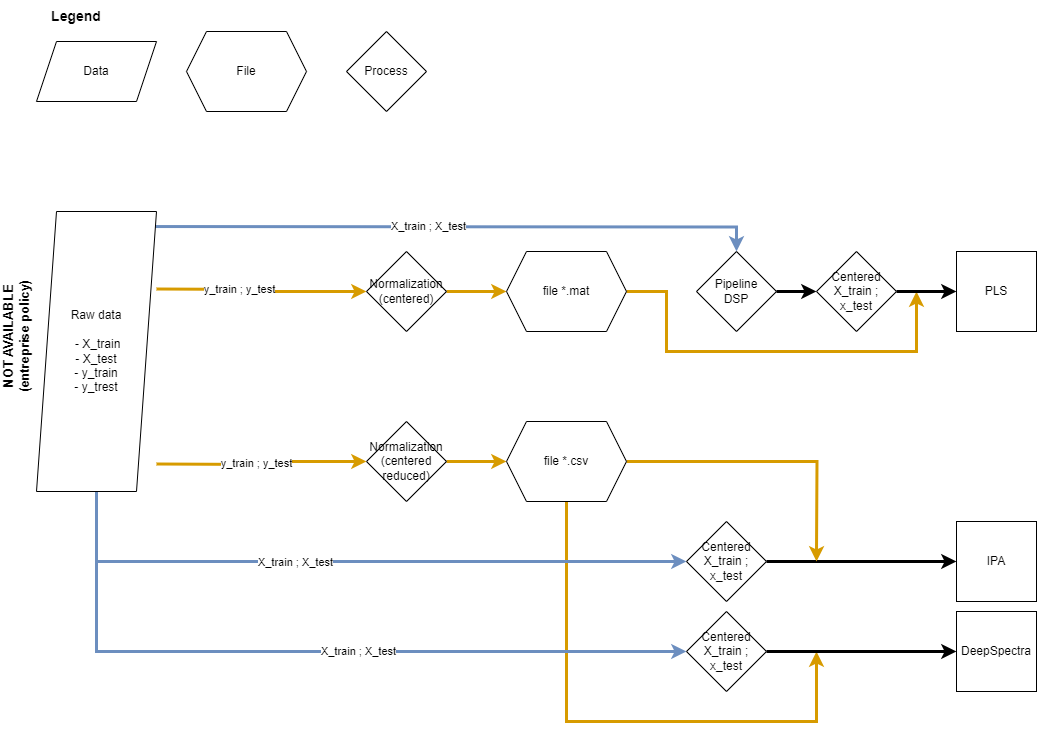
florent-haffner/inception-pretroleum-analysis keeps this draw.io diagram as data_mgt.drawio.png. Above is the earlier version. Source tidied: cells renumbered, new cells last; positions are measured from the earlier drawing's top-left corner, leaving out a move shared by most shapes. The source it was exported from:
```xml
<mxGraphModel>
  <root>
    <mxCell id="0" />
    <mxCell id="1" parent="0" />
    <mxCell id="2" style="edgeStyle=orthogonalEdgeStyle;rounded=0;jettySize=auto;html=1;exitX=1;exitY=0.5;exitDx=0;exitDy=0;strokeColor=#d79b00;strokeWidth=3;fillColor=#ffe6cc;" parent="1" edge="1" source="30" target="13">
      <mxGeometry relative="1" as="geometry" />
    </mxCell>
    <mxCell id="3" value="X_train ; X_test" style="edgeStyle=orthogonalEdgeStyle;rounded=0;jettySize=auto;html=1;exitX=0.5;exitY=0;exitDx=0;exitDy=0;entryX=0.5;entryY=0;entryDx=0;entryDy=0;strokeColor=#6c8ebf;strokeWidth=3;fillColor=#dae8fc;" parent="1" edge="1" target="15">
      <mxGeometry relative="1" as="geometry">
        <mxPoint x="170" y="225" as="sourcePoint" />
      </mxGeometry>
    </mxCell>
    <mxCell id="4" style="edgeStyle=orthogonalEdgeStyle;rounded=0;jettySize=auto;html=1;exitX=1;exitY=0.5;exitDx=0;exitDy=0;entryX=0;entryY=0.5;entryDx=0;entryDy=0;strokeColor=#d79b00;strokeWidth=3;fillColor=#ffe6cc;" parent="1" edge="1" source="32" target="11">
      <mxGeometry relative="1" as="geometry" />
    </mxCell>
    <mxCell id="5" style="edgeStyle=orthogonalEdgeStyle;rounded=0;jettySize=auto;html=1;exitX=1;exitY=0.5;exitDx=0;exitDy=0;entryX=0;entryY=0.5;entryDx=0;entryDy=0;strokeColor=#000000;strokeWidth=3;" parent="1" edge="1" source="21" target="7">
      <mxGeometry relative="1" as="geometry" />
    </mxCell>
    <mxCell id="6" value="PLS" style="whiteSpace=wrap;html=1;" parent="1" vertex="1">
      <mxGeometry x="1030" y="250" width="80" height="80" as="geometry" />
    </mxCell>
    <mxCell id="7" value="IPA" style="whiteSpace=wrap;html=1;" parent="1" vertex="1">
      <mxGeometry x="1030" y="520" width="80" height="80" as="geometry" />
    </mxCell>
    <mxCell id="8" value="DeepSpectra" style="whiteSpace=wrap;html=1;" parent="1" vertex="1">
      <mxGeometry x="1030" y="610" width="80" height="80" as="geometry" />
    </mxCell>
    <mxCell id="9" style="edgeStyle=orthogonalEdgeStyle;rounded=0;jettySize=auto;html=1;exitX=1;exitY=0.5;exitDx=0;exitDy=0;strokeColor=#d79b00;strokeWidth=3;fillColor=#ffe6cc;" parent="1" edge="1" source="11">
      <mxGeometry relative="1" as="geometry">
        <mxPoint x="890" y="560" as="targetPoint" />
      </mxGeometry>
    </mxCell>
    <mxCell id="10" style="edgeStyle=orthogonalEdgeStyle;rounded=0;jettySize=auto;html=1;exitX=0.5;exitY=1;exitDx=0;exitDy=0;curved=0;strokeColor=#d79b00;strokeWidth=3;fillColor=#ffe6cc;" parent="1" edge="1" source="11">
      <mxGeometry relative="1" as="geometry">
        <mxPoint x="890" y="650" as="targetPoint" />
        <Array as="points">
          <mxPoint x="660" y="720" />
          <mxPoint x="891" y="720" />
        </Array>
      </mxGeometry>
    </mxCell>
    <mxCell id="11" value="&lt;div&gt;file *.csv&lt;br&gt;&lt;/div&gt;" style="shape=hexagon;perimeter=hexagonPerimeter2;whiteSpace=wrap;html=1;fixedSize=1;" parent="1" vertex="1">
      <mxGeometry x="580" y="420" width="120" height="80" as="geometry" />
    </mxCell>
    <mxCell id="12" style="edgeStyle=orthogonalEdgeStyle;rounded=0;jettySize=auto;html=1;exitX=1;exitY=0.5;exitDx=0;exitDy=0;strokeColor=#d79b00;strokeWidth=3;fillColor=#ffe6cc;" parent="1" edge="1" source="13">
      <mxGeometry relative="1" as="geometry">
        <mxPoint x="990" y="290" as="targetPoint" />
        <Array as="points">
          <mxPoint x="740" y="290" />
          <mxPoint x="740" y="350" />
          <mxPoint x="990" y="350" />
        </Array>
      </mxGeometry>
    </mxCell>
    <mxCell id="13" value="&lt;div&gt;&lt;span style=&quot;background-color: initial;&quot;&gt;file *.mat&lt;/span&gt;&lt;br&gt;&lt;/div&gt;" style="shape=hexagon;perimeter=hexagonPerimeter2;whiteSpace=wrap;html=1;fixedSize=1;" parent="1" vertex="1">
      <mxGeometry x="580" y="250" width="120" height="80" as="geometry" />
    </mxCell>
    <mxCell id="14" style="edgeStyle=orthogonalEdgeStyle;rounded=0;jettySize=auto;html=1;exitX=1;exitY=0.5;exitDx=0;exitDy=0;entryX=0;entryY=0.5;entryDx=0;entryDy=0;strokeWidth=3;" parent="1" edge="1" source="18" target="6">
      <mxGeometry relative="1" as="geometry" />
    </mxCell>
    <mxCell id="15" value="Pipeline&lt;br&gt;DSP" style="rhombus;whiteSpace=wrap;html=1;" parent="1" vertex="1">
      <mxGeometry x="770" y="250" width="80" height="80" as="geometry" />
    </mxCell>
    <mxCell id="16" style="edgeStyle=orthogonalEdgeStyle;rounded=0;jettySize=auto;html=1;exitX=1;exitY=0.5;exitDx=0;exitDy=0;entryX=0;entryY=0.5;entryDx=0;entryDy=0;strokeColor=#000000;strokeWidth=3;" parent="1" edge="1" source="24" target="8">
      <mxGeometry relative="1" as="geometry" />
    </mxCell>
    <mxCell id="17" style="edgeStyle=orthogonalEdgeStyle;rounded=0;jettySize=auto;html=1;exitX=1;exitY=0.5;exitDx=0;exitDy=0;entryX=0;entryY=0.5;entryDx=0;entryDy=0;strokeWidth=3;" parent="1" edge="1" source="15" target="18">
      <mxGeometry relative="1" as="geometry" />
    </mxCell>
    <mxCell id="18" value="Centered X_train ; x_test" style="rhombus;whiteSpace=wrap;html=1;" parent="1" vertex="1">
      <mxGeometry x="890" y="250" width="80" height="80" as="geometry" />
    </mxCell>
    <mxCell id="19" style="edgeStyle=orthogonalEdgeStyle;rounded=0;jettySize=auto;html=1;exitX=0.5;exitY=1;exitDx=0;exitDy=0;entryX=0;entryY=0.5;entryDx=0;entryDy=0;strokeColor=#6c8ebf;strokeWidth=3;fillColor=#dae8fc;" parent="1" edge="1" source="25" target="21">
      <mxGeometry relative="1" as="geometry" />
    </mxCell>
    <mxCell id="20" value="X_train ; X_test" style="edgeLabel;html=1;align=center;verticalAlign=middle;" parent="19" vertex="1">
      <mxGeometry x="-0.19" y="-1" relative="1" as="geometry" />
    </mxCell>
    <mxCell id="21" value="Centered X_train ; x_test" style="rhombus;whiteSpace=wrap;html=1;" parent="1" vertex="1">
      <mxGeometry x="760" y="520" width="80" height="80" as="geometry" />
    </mxCell>
    <mxCell id="22" style="edgeStyle=orthogonalEdgeStyle;rounded=0;jettySize=auto;html=1;exitX=0.5;exitY=1;exitDx=0;exitDy=0;entryX=0;entryY=0.5;entryDx=0;entryDy=0;strokeColor=#6c8ebf;strokeWidth=3;fillColor=#dae8fc;" parent="1" edge="1" source="25" target="24">
      <mxGeometry relative="1" as="geometry" />
    </mxCell>
    <mxCell id="23" value="X_train ; X_test" style="edgeLabel;html=1;align=center;verticalAlign=middle;" parent="22" vertex="1">
      <mxGeometry x="0.13" relative="1" as="geometry" />
    </mxCell>
    <mxCell id="24" value="Centered X_train ; x_test" style="rhombus;whiteSpace=wrap;html=1;" parent="1" vertex="1">
      <mxGeometry x="760" y="610" width="80" height="80" as="geometry" />
    </mxCell>
    <mxCell id="25" value="Raw data&lt;br&gt;&lt;br&gt;&lt;div&gt;&amp;nbsp;- X_train&lt;br&gt;- X_test&lt;br&gt;- y_train&lt;br&gt;- y_trest&lt;/div&gt;" style="shape=parallelogram;perimeter=parallelogramPerimeter;whiteSpace=wrap;html=1;fixedSize=1;" parent="1" vertex="1">
      <mxGeometry x="110" y="210" width="120" height="280" as="geometry" />
    </mxCell>
    <mxCell id="26" value="File" style="shape=hexagon;perimeter=hexagonPerimeter2;whiteSpace=wrap;html=1;fixedSize=1;" parent="1" vertex="1">
      <mxGeometry x="260" y="30" width="120" height="80" as="geometry" />
    </mxCell>
    <mxCell id="27" value="Data" style="shape=parallelogram;perimeter=parallelogramPerimeter;whiteSpace=wrap;html=1;fixedSize=1;" parent="1" vertex="1">
      <mxGeometry x="110" y="40" width="120" height="60" as="geometry" />
    </mxCell>
    <mxCell id="28" style="edgeStyle=orthogonalEdgeStyle;rounded=0;jettySize=auto;html=1;exitX=1;exitY=0.25;exitDx=0;exitDy=0;strokeColor=#d79b00;strokeWidth=3;fillColor=#ffe6cc;" parent="1" edge="1" target="30">
      <mxGeometry relative="1" as="geometry">
        <mxPoint x="230" y="287.5" as="sourcePoint" />
      </mxGeometry>
    </mxCell>
    <mxCell id="29" value="y_train ; y_test" style="edgeLabel;html=1;align=center;verticalAlign=middle;" parent="28" vertex="1">
      <mxGeometry x="-0.22" relative="1" as="geometry" />
    </mxCell>
    <mxCell id="30" value="Normalization&lt;br&gt;(centered)" style="rhombus;whiteSpace=wrap;html=1;" parent="1" vertex="1">
      <mxGeometry x="440" y="250" width="80" height="80" as="geometry" />
    </mxCell>
    <mxCell id="31" value="Process" style="rhombus;whiteSpace=wrap;html=1;" parent="1" vertex="1">
      <mxGeometry x="420" y="30" width="80" height="80" as="geometry" />
    </mxCell>
    <mxCell id="32" value="Normalization&lt;br&gt;(centered reduced)" style="rhombus;whiteSpace=wrap;html=1;" parent="1" vertex="1">
      <mxGeometry x="440" y="420" width="80" height="80" as="geometry" />
    </mxCell>
    <mxCell id="33" style="edgeStyle=orthogonalEdgeStyle;rounded=0;jettySize=auto;html=1;exitX=1;exitY=0.75;exitDx=0;exitDy=0;entryX=0;entryY=0.5;entryDx=0;entryDy=0;strokeColor=#d79b00;strokeWidth=3;fillColor=#ffe6cc;" parent="1" edge="1" target="32">
      <mxGeometry relative="1" as="geometry">
        <mxPoint x="230" y="462.5" as="sourcePoint" />
      </mxGeometry>
    </mxCell>
    <mxCell id="34" value="y_train ; y_test" style="edgeLabel;html=1;align=center;verticalAlign=middle;" parent="33" vertex="1">
      <mxGeometry x="-0.06" y="1" relative="1" as="geometry" />
    </mxCell>
    <mxCell id="35" value="NOT AVAILABLE&lt;div&gt;(entreprise policy)&lt;/div&gt;" style="text;html=1;align=center;verticalAlign=middle;whiteSpace=wrap;rounded=0;rotation=-90;fontStyle=1;fontSize=13;" parent="1" vertex="1">
      <mxGeometry y="320" width="180" height="30" as="geometry" />
    </mxCell>
    <mxCell id="36" value="Legend" style="text;html=1;align=center;verticalAlign=middle;whiteSpace=wrap;rounded=0;fontStyle=1;fontSize=14;" parent="1" vertex="1">
      <mxGeometry x="120" width="60" height="30" as="geometry" />
    </mxCell>
  </root>
</mxGraphModel>
```
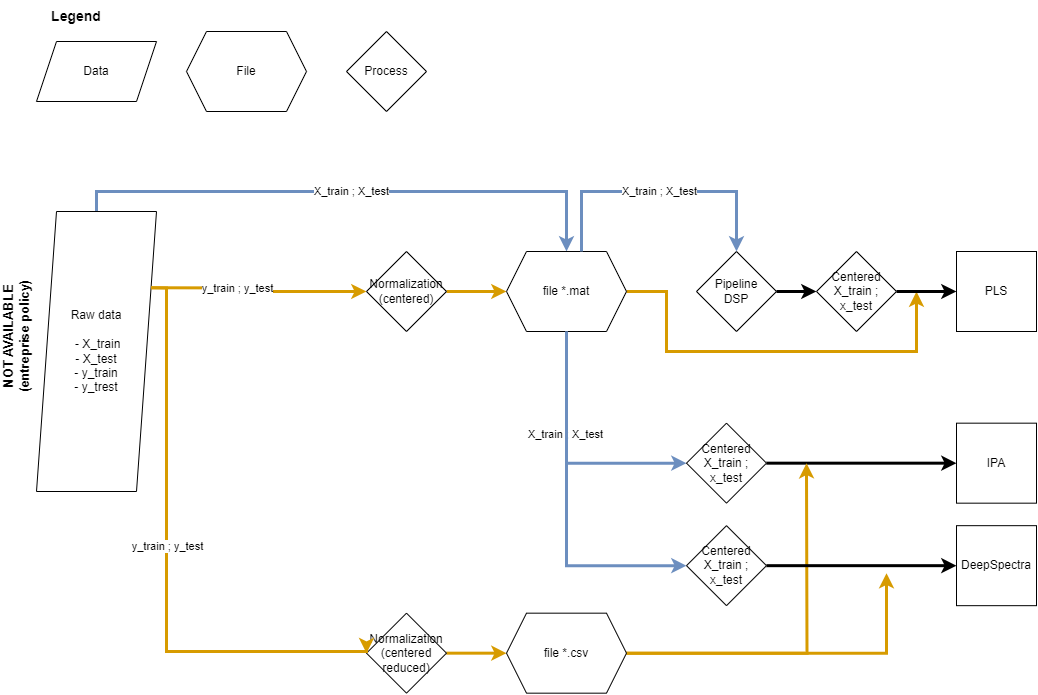
After the commit.

Commit message:
Update data mgt scema

The edit, as a diff of the source:
```diff
@@ -5,10 +5,8 @@
     <mxCell id="2" style="edgeStyle=orthogonalEdgeStyle;rounded=0;jettySize=auto;html=1;exitX=1;exitY=0.5;exitDx=0;exitDy=0;strokeColor=#d79b00;strokeWidth=3;fillColor=#ffe6cc;" parent="1" edge="1" source="30" target="13">
       <mxGeometry relative="1" as="geometry" />
     </mxCell>
-    <mxCell id="3" value="X_train ; X_test" style="edgeStyle=orthogonalEdgeStyle;rounded=0;jettySize=auto;html=1;exitX=0.5;exitY=0;exitDx=0;exitDy=0;entryX=0.5;entryY=0;entryDx=0;entryDy=0;strokeColor=#6c8ebf;strokeWidth=3;fillColor=#dae8fc;" parent="1" edge="1" target="15">
-      <mxGeometry relative="1" as="geometry">
-        <mxPoint x="170" y="225" as="sourcePoint" />
-      </mxGeometry>
+    <mxCell id="3" value="X_train ; X_test" style="edgeStyle=orthogonalEdgeStyle;rounded=0;jettySize=auto;html=1;exitX=0.5;exitY=0;exitDx=0;exitDy=0;entryX=0.5;entryY=0;entryDx=0;entryDy=0;strokeColor=#6c8ebf;strokeWidth=3;fillColor=#dae8fc;" parent="1" edge="1" source="25" target="13">
+      <mxGeometry relative="1" as="geometry" />
     </mxCell>
     <mxCell id="4" style="edgeStyle=orthogonalEdgeStyle;rounded=0;jettySize=auto;html=1;exitX=1;exitY=0.5;exitDx=0;exitDy=0;entryX=0;entryY=0.5;entryDx=0;entryDy=0;strokeColor=#d79b00;strokeWidth=3;fillColor=#ffe6cc;" parent="1" edge="1" source="32" target="11">
       <mxGeometry relative="1" as="geometry" />
@@ -20,27 +18,26 @@
       <mxGeometry x="1030" y="250" width="80" height="80" as="geometry" />
     </mxCell>
     <mxCell id="7" value="IPA" style="whiteSpace=wrap;html=1;" parent="1" vertex="1">
-      <mxGeometry x="1030" y="520" width="80" height="80" as="geometry" />
+      <mxGeometry x="1030" y="421.7" width="80" height="80" as="geometry" />
     </mxCell>
     <mxCell id="8" value="DeepSpectra" style="whiteSpace=wrap;html=1;" parent="1" vertex="1">
-      <mxGeometry x="1030" y="610" width="80" height="80" as="geometry" />
+      <mxGeometry x="1030" y="524.2" width="80" height="80" as="geometry" />
     </mxCell>
     <mxCell id="9" style="edgeStyle=orthogonalEdgeStyle;rounded=0;jettySize=auto;html=1;exitX=1;exitY=0.5;exitDx=0;exitDy=0;strokeColor=#d79b00;strokeWidth=3;fillColor=#ffe6cc;" parent="1" edge="1" source="11">
       <mxGeometry relative="1" as="geometry">
-        <mxPoint x="890" y="560" as="targetPoint" />
+        <mxPoint x="880" y="461.7" as="targetPoint" />
       </mxGeometry>
     </mxCell>
-    <mxCell id="10" style="edgeStyle=orthogonalEdgeStyle;rounded=0;jettySize=auto;html=1;exitX=0.5;exitY=1;exitDx=0;exitDy=0;curved=0;strokeColor=#d79b00;strokeWidth=3;fillColor=#ffe6cc;" parent="1" edge="1" source="11">
+    <mxCell id="10" style="edgeStyle=orthogonalEdgeStyle;rounded=0;jettySize=auto;html=1;exitX=1;exitY=0.5;exitDx=0;exitDy=0;curved=0;strokeColor=#d79b00;strokeWidth=3;fillColor=#ffe6cc;" parent="1" edge="1" source="11">
       <mxGeometry relative="1" as="geometry">
-        <mxPoint x="890" y="650" as="targetPoint" />
+        <mxPoint x="960" y="571.7" as="targetPoint" />
         <Array as="points">
-          <mxPoint x="660" y="720" />
-          <mxPoint x="891" y="720" />
+          <mxPoint x="960" y="651.7" />
         </Array>
       </mxGeometry>
     </mxCell>
     <mxCell id="11" value="&lt;div&gt;file *.csv&lt;br&gt;&lt;/div&gt;" style="shape=hexagon;perimeter=hexagonPerimeter2;whiteSpace=wrap;html=1;fixedSize=1;" parent="1" vertex="1">
-      <mxGeometry x="580" y="420" width="120" height="80" as="geometry" />
+      <mxGeometry x="580" y="611.7" width="120" height="80" as="geometry" />
     </mxCell>
     <mxCell id="12" style="edgeStyle=orthogonalEdgeStyle;rounded=0;jettySize=auto;html=1;exitX=1;exitY=0.5;exitDx=0;exitDy=0;strokeColor=#d79b00;strokeWidth=3;fillColor=#ffe6cc;" parent="1" edge="1" source="13">
       <mxGeometry relative="1" as="geometry">
@@ -70,23 +67,20 @@
     <mxCell id="18" value="Centered X_train ; x_test" style="rhombus;whiteSpace=wrap;html=1;" parent="1" vertex="1">
       <mxGeometry x="890" y="250" width="80" height="80" as="geometry" />
     </mxCell>
-    <mxCell id="19" style="edgeStyle=orthogonalEdgeStyle;rounded=0;jettySize=auto;html=1;exitX=0.5;exitY=1;exitDx=0;exitDy=0;entryX=0;entryY=0.5;entryDx=0;entryDy=0;strokeColor=#6c8ebf;strokeWidth=3;fillColor=#dae8fc;" parent="1" edge="1" source="25" target="21">
+    <mxCell id="19" style="edgeStyle=orthogonalEdgeStyle;rounded=0;jettySize=auto;html=1;exitX=0.5;exitY=1;exitDx=0;exitDy=0;entryX=0;entryY=0.5;entryDx=0;entryDy=0;strokeColor=#6c8ebf;strokeWidth=3;fillColor=#dae8fc;" parent="1" edge="1" source="13" target="21">
       <mxGeometry relative="1" as="geometry" />
     </mxCell>
     <mxCell id="20" value="X_train ; X_test" style="edgeLabel;html=1;align=center;verticalAlign=middle;" parent="19" vertex="1">
       <mxGeometry x="-0.19" y="-1" relative="1" as="geometry" />
     </mxCell>
     <mxCell id="21" value="Centered X_train ; x_test" style="rhombus;whiteSpace=wrap;html=1;" parent="1" vertex="1">
-      <mxGeometry x="760" y="520" width="80" height="80" as="geometry" />
+      <mxGeometry x="760" y="421.7" width="80" height="80" as="geometry" />
     </mxCell>
-    <mxCell id="22" style="edgeStyle=orthogonalEdgeStyle;rounded=0;jettySize=auto;html=1;exitX=0.5;exitY=1;exitDx=0;exitDy=0;entryX=0;entryY=0.5;entryDx=0;entryDy=0;strokeColor=#6c8ebf;strokeWidth=3;fillColor=#dae8fc;" parent="1" edge="1" source="25" target="24">
+    <mxCell id="22" style="edgeStyle=orthogonalEdgeStyle;rounded=0;jettySize=auto;html=1;exitX=0.5;exitY=1;exitDx=0;exitDy=0;entryX=0;entryY=0.5;entryDx=0;entryDy=0;strokeColor=#6c8ebf;strokeWidth=3;fillColor=#dae8fc;" parent="1" edge="1" source="13" target="24">
       <mxGeometry relative="1" as="geometry" />
     </mxCell>
-    <mxCell id="23" value="X_train ; X_test" style="edgeLabel;html=1;align=center;verticalAlign=middle;" parent="22" vertex="1">
-      <mxGeometry x="0.13" relative="1" as="geometry" />
-    </mxCell>
     <mxCell id="24" value="Centered X_train ; x_test" style="rhombus;whiteSpace=wrap;html=1;" parent="1" vertex="1">
-      <mxGeometry x="760" y="610" width="80" height="80" as="geometry" />
+      <mxGeometry x="760" y="524.2" width="80" height="80" as="geometry" />
     </mxCell>
     <mxCell id="25" value="Raw data&lt;br&gt;&lt;br&gt;&lt;div&gt;&amp;nbsp;- X_train&lt;br&gt;- X_test&lt;br&gt;- y_train&lt;br&gt;- y_trest&lt;/div&gt;" style="shape=parallelogram;perimeter=parallelogramPerimeter;whiteSpace=wrap;html=1;fixedSize=1;" parent="1" vertex="1">
       <mxGeometry x="110" y="210" width="120" height="280" as="geometry" />
@@ -97,10 +91,8 @@
     <mxCell id="27" value="Data" style="shape=parallelogram;perimeter=parallelogramPerimeter;whiteSpace=wrap;html=1;fixedSize=1;" parent="1" vertex="1">
       <mxGeometry x="110" y="40" width="120" height="60" as="geometry" />
     </mxCell>
-    <mxCell id="28" style="edgeStyle=orthogonalEdgeStyle;rounded=0;jettySize=auto;html=1;exitX=1;exitY=0.25;exitDx=0;exitDy=0;strokeColor=#d79b00;strokeWidth=3;fillColor=#ffe6cc;" parent="1" edge="1" target="30">
-      <mxGeometry relative="1" as="geometry">
-        <mxPoint x="230" y="287.5" as="sourcePoint" />
-      </mxGeometry>
+    <mxCell id="28" style="edgeStyle=orthogonalEdgeStyle;rounded=0;jettySize=auto;html=1;exitX=1;exitY=0.25;exitDx=0;exitDy=0;strokeColor=#d79b00;strokeWidth=3;fillColor=#ffe6cc;" parent="1" edge="1" source="25" target="30">
+      <mxGeometry relative="1" as="geometry" />
     </mxCell>
     <mxCell id="29" value="y_train ; y_test" style="edgeLabel;html=1;align=center;verticalAlign=middle;" parent="28" vertex="1">
       <mxGeometry x="-0.22" relative="1" as="geometry" />
@@ -112,11 +104,15 @@
       <mxGeometry x="420" y="30" width="80" height="80" as="geometry" />
     </mxCell>
     <mxCell id="32" value="Normalization&lt;br&gt;(centered reduced)" style="rhombus;whiteSpace=wrap;html=1;" parent="1" vertex="1">
-      <mxGeometry x="440" y="420" width="80" height="80" as="geometry" />
+      <mxGeometry x="440" y="611.7" width="80" height="80" as="geometry" />
     </mxCell>
-    <mxCell id="33" style="edgeStyle=orthogonalEdgeStyle;rounded=0;jettySize=auto;html=1;exitX=1;exitY=0.75;exitDx=0;exitDy=0;entryX=0;entryY=0.5;entryDx=0;entryDy=0;strokeColor=#d79b00;strokeWidth=3;fillColor=#ffe6cc;" parent="1" edge="1" target="32">
+    <mxCell id="33" style="edgeStyle=orthogonalEdgeStyle;rounded=0;jettySize=auto;html=1;exitX=1;exitY=0.25;exitDx=0;exitDy=0;entryX=0;entryY=0.5;entryDx=0;entryDy=0;strokeColor=#d79b00;strokeWidth=3;fillColor=#ffe6cc;" parent="1" edge="1" source="25" target="32">
       <mxGeometry relative="1" as="geometry">
-        <mxPoint x="230" y="462.5" as="sourcePoint" />
+        <Array as="points">
+          <mxPoint x="240" y="286" />
+          <mxPoint x="240" y="650" />
+          <mxPoint x="440" y="650" />
+        </Array>
       </mxGeometry>
     </mxCell>
     <mxCell id="34" value="y_train ; y_test" style="edgeLabel;html=1;align=center;verticalAlign=middle;" parent="33" vertex="1">
@@ -128,5 +124,13 @@
     <mxCell id="36" value="Legend" style="text;html=1;align=center;verticalAlign=middle;whiteSpace=wrap;rounded=0;fontStyle=1;fontSize=14;" parent="1" vertex="1">
       <mxGeometry x="120" width="60" height="30" as="geometry" />
     </mxCell>
+    <mxCell id="23" value="X_train ; X_test" style="edgeStyle=orthogonalEdgeStyle;rounded=0;jettySize=auto;html=1;exitX=0.625;exitY=0;exitDx=0;exitDy=0;entryX=0.5;entryY=0;entryDx=0;entryDy=0;strokeColor=#6c8ebf;strokeWidth=3;fillColor=#dae8fc;" parent="1" edge="1" source="13" target="15">
+      <mxGeometry relative="1" as="geometry">
+        <Array as="points">
+          <mxPoint x="655" y="190" />
+          <mxPoint x="810" y="190" />
+        </Array>
+      </mxGeometry>
+    </mxCell>
   </root>
 </mxGraphModel>
```
